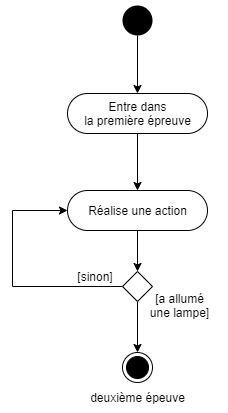
This is docs/assets/images/diagrams/Activity-first-step.png from Bollemii/MASI-mobile-escape-game, a draw.io export, as it was before one commit. Source tidied: cells renumbered, new cells last; positions are measured from the earlier drawing's top-left corner, leaving out a move shared by most shapes.
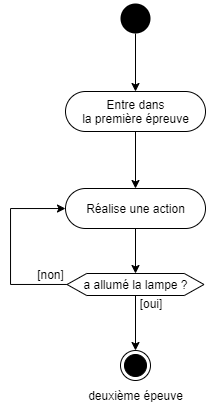
After the commit.

Commit message:
add alternative questions in activity diagrams

What changed in the source:
```diff
@@ -14,13 +14,13 @@
     <mxCell id="5" value="Entre dans&lt;br&gt;la première épreuve" style="html=1;align=center;verticalAlign=middle;rounded=1;absoluteArcSize=1;arcSize=49;dashed=0;" parent="1" vertex="1">
       <mxGeometry x="55" y="88" width="140" height="40" as="geometry" />
     </mxCell>
-    <mxCell id="6" style="edgeStyle=orthogonalEdgeStyle;rounded=0;jettySize=auto;html=1;entryX=0.5;entryY=0;entryDx=0;entryDy=0;" parent="1" edge="1" source="7" target="10">
+    <mxCell id="6" style="edgeStyle=orthogonalEdgeStyle;rounded=0;jettySize=auto;html=1;" parent="1" edge="1" source="7" target="15">
       <mxGeometry relative="1" as="geometry" />
     </mxCell>
     <mxCell id="7" value="Réalise une action" style="html=1;align=center;verticalAlign=middle;rounded=1;absoluteArcSize=1;arcSize=49;dashed=0;" parent="1" vertex="1">
       <mxGeometry x="55" y="185" width="140" height="40" as="geometry" />
     </mxCell>
-    <mxCell id="8" style="edgeStyle=orthogonalEdgeStyle;rounded=0;jettySize=auto;html=1;" parent="1" edge="1" source="10" target="7">
+    <mxCell id="8" style="edgeStyle=orthogonalEdgeStyle;rounded=0;jettySize=auto;html=1;" parent="1" edge="1" source="15" target="7">
       <mxGeometry relative="1" as="geometry">
         <Array as="points">
           <mxPoint y="281" />
@@ -28,23 +28,23 @@
         </Array>
       </mxGeometry>
     </mxCell>
-    <mxCell id="9" style="edgeStyle=orthogonalEdgeStyle;rounded=0;jettySize=auto;html=1;" parent="1" edge="1" source="10" target="11">
+    <mxCell id="9" style="edgeStyle=orthogonalEdgeStyle;rounded=0;jettySize=auto;html=1;" parent="1" edge="1" source="15" target="11">
       <mxGeometry relative="1" as="geometry" />
     </mxCell>
-    <mxCell id="10" style="rhombus;" parent="1" vertex="1">
-      <mxGeometry x="110" y="266" width="30" height="30" as="geometry" />
-    </mxCell>
     <mxCell id="11" style="ellipse;html=1;shape=endState;fillColor=#000000;strokeColor=#000000;" parent="1" vertex="1">
       <mxGeometry x="110" y="347" width="30" height="30" as="geometry" />
     </mxCell>
-    <mxCell id="12" value="[a allumé&lt;br&gt;une lampe]" style="text;html=1;strokeColor=none;fillColor=none;align=center;verticalAlign=middle;whiteSpace=wrap;rounded=0;" parent="1" vertex="1">
-      <mxGeometry x="125" y="290" width="85" height="20" as="geometry" />
+    <mxCell id="12" value="[oui]" style="text;html=1;strokeColor=none;fillColor=none;align=center;verticalAlign=middle;whiteSpace=wrap;rounded=0;" parent="1" vertex="1">
+      <mxGeometry x="125" y="290" width="32" height="20" as="geometry" />
     </mxCell>
-    <mxCell id="13" value="[sinon]" style="text;html=1;strokeColor=none;fillColor=none;align=center;verticalAlign=middle;whiteSpace=wrap;rounded=0;" parent="1" vertex="1">
-      <mxGeometry x="56" y="261" width="54" height="20" as="geometry" />
+    <mxCell id="13" value="[non]" style="text;html=1;strokeColor=none;fillColor=none;align=center;verticalAlign=middle;whiteSpace=wrap;rounded=0;" parent="1" vertex="1">
+      <mxGeometry x="22" y="261" width="37" height="20" as="geometry" />
     </mxCell>
     <mxCell id="14" value="deuxième épeuve" style="text;html=1;strokeColor=none;fillColor=none;align=center;verticalAlign=middle;whiteSpace=wrap;rounded=0;" parent="1" vertex="1">
       <mxGeometry x="73.8" y="382" width="102.5" height="20" as="geometry" />
     </mxCell>
+    <mxCell id="15" value="a allumé la lampe ?" style="shape=hexagon;html=1;whiteSpace=wrap;perimeter=hexagonPerimeter;rounded=0;size=0.14342103924667637;" parent="1" vertex="1">
+      <mxGeometry x="56.5" y="270" width="137" height="22" as="geometry" />
+    </mxCell>
   </root>
 </mxGraphModel>
```
